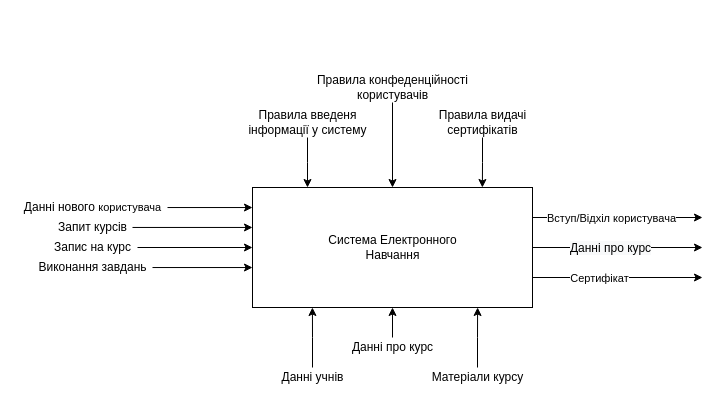
This is page "SADT-Context" (7 of 10) of Study-system.drawio from SlayVic/Charts, a draw.io file, before an edit. Source tidied: cells renumbered, new cells numbered last; positions are measured from the earlier drawing's top-left corner, leaving out a move shared by most shapes. Both pictures are drawn from the tidied source at 100%, with x=0, y=0 at pixel (17, 72).
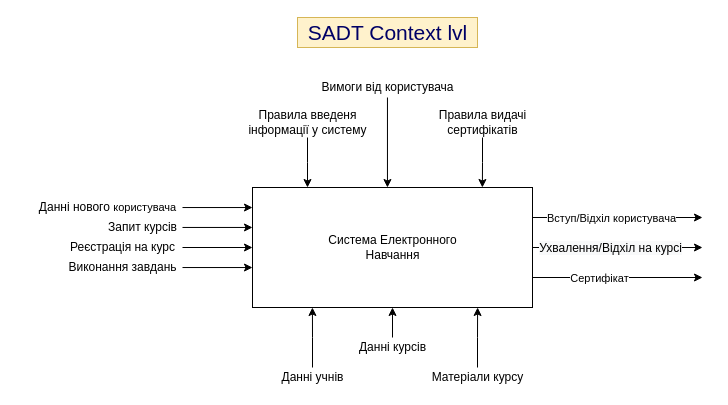
Above is the later version.

Unchanged cells that the change refers to:
```xml
<mxCell id="4" style="edgeStyle=orthogonalEdgeStyle;rounded=0;jettySize=auto;html=1;exitX=1;exitY=0.5;exitDx=0;exitDy=0;" parent="1" edge="1" source="8">
  <mxGeometry relative="1" as="geometry">
    <mxPoint x="685" y="175" as="targetPoint" />
  </mxGeometry>
</mxCell>
<mxCell id="8" value="&lt;span style=&quot;&quot;&gt;Система Електронного&lt;/span&gt;&lt;br style=&quot;&quot;&gt;&lt;span style=&quot;&quot;&gt;Навчання&lt;/span&gt;" style="html=1;dashed=0;whitespace=wrap;" parent="1" vertex="1">
  <mxGeometry x="235" y="115" width="280" height="120" as="geometry" />
</mxCell>
```

The edit, as a diff of the source:
```diff
@@
-    <mxCell id="5" value="&lt;span style=&quot;font-size: 12px; background-color: rgb(248, 249, 250);&quot;&gt;Данні про курс&lt;/span&gt;" style="edgeLabel;html=1;align=center;verticalAlign=middle;" parent="4" vertex="1">
+    <mxCell id="5" value="&lt;span style=&quot;font-size: 12px; background-color: rgb(248, 249, 250);&quot;&gt;Ухвалення/Відхіл на курсі&lt;/span&gt;" style="edgeLabel;html=1;align=center;verticalAlign=middle;" parent="4" vertex="1">
       <mxGeometry x="-0.31" y="1" relative="1" as="geometry">
         <mxPoint x="18" y="1" as="offset" />
       </mxGeometry>
     </mxCell>
@@
-    <mxCell id="10" value="Данні про курс" style="text;html=1;align=center;verticalAlign=middle;points=[];strokeColor=none;fillColor=none;" parent="1" vertex="1">
-      <mxGeometry x="325" y="265" width="100" height="20" as="geometry" />
+    <mxCell id="10" value="Данні курсів" style="text;html=1;align=center;verticalAlign=middle;points=[];strokeColor=none;fillColor=none;" parent="1" vertex="1">
+      <mxGeometry x="335" y="265" width="80" height="20" as="geometry" />
     </mxCell>
@@
-    <mxCell id="15" style="edgeStyle=orthogonalEdgeStyle;rounded=0;jettySize=auto;html=1;entryX=0.5;entryY=0;entryDx=0;entryDy=0;" parent="1" edge="1" source="16" target="8">
-      <mxGeometry relative="1" as="geometry" />
-    </mxCell>
-    <mxCell id="16" value="&lt;span style=&quot;background-color: rgb(255, 255, 255);&quot;&gt;Правила конфеденційності &lt;br&gt;користувачів&lt;/span&gt;" style="text;html=1;align=center;verticalAlign=middle;points=[];strokeColor=none;fillColor=none;" parent="1" vertex="1">
-      <mxGeometry x="290" width="170" height="30" as="geometry" />
-    </mxCell>
@@
     <mxCell id="22" value="Данні нового&amp;nbsp;&lt;span style=&quot;font-size: 11px; background-color: rgb(255, 255, 255);&quot;&gt;користувача&lt;/span&gt;" style="text;html=1;align=center;verticalAlign=middle;points=[];strokeColor=none;fillColor=none;" parent="1" vertex="1">
-      <mxGeometry y="125" width="150" height="20" as="geometry" />
+      <mxGeometry x="15" y="125" width="150" height="20" as="geometry" />
     </mxCell>
@@
     <mxCell id="24" value="Запит курсів" style="text;html=1;align=center;verticalAlign=middle;points=[];strokeColor=none;fillColor=none;" parent="1" vertex="1">
-      <mxGeometry x="35" y="145" width="80" height="20" as="geometry" />
+      <mxGeometry x="85" y="145" width="80" height="20" as="geometry" />
     </mxCell>
@@
-    <mxCell id="26" value="Запис на курс" style="text;html=1;align=center;verticalAlign=middle;points=[];strokeColor=none;fillColor=none;" parent="1" vertex="1">
-      <mxGeometry x="30" y="165" width="90" height="20" as="geometry" />
+    <mxCell id="26" value="Реєстрація на курс" style="text;html=1;align=center;verticalAlign=middle;points=[];strokeColor=none;fillColor=none;" parent="1" vertex="1">
+      <mxGeometry x="45" y="165" width="120" height="20" as="geometry" />
     </mxCell>
@@
     <mxCell id="28" value="Виконання завдань" style="text;html=1;align=center;verticalAlign=middle;points=[];strokeColor=none;fillColor=none;" parent="1" vertex="1">
-      <mxGeometry x="15" y="185" width="120" height="20" as="geometry" />
+      <mxGeometry x="45" y="185" width="120" height="20" as="geometry" />
     </mxCell>
+    <mxCell id="29" style="edgeStyle=orthogonalEdgeStyle;rounded=0;jettySize=auto;html=1;entryX=0.482;entryY=0;entryDx=0;entryDy=0;entryPerimeter=0;" parent="1" edge="1" source="30" target="8">
+      <mxGeometry relative="1" as="geometry" />
+    </mxCell>
+    <mxCell id="30" value="Вимоги від користувача" style="text;html=1;align=center;verticalAlign=middle;points=[];strokeColor=none;fillColor=none;" parent="1" vertex="1">
+      <mxGeometry x="295" y="5" width="150" height="20" as="geometry" />
+    </mxCell>
+    <mxCell id="31" value="SADT Context lvl" style="text;html=1;align=center;verticalAlign=middle;strokeColor=#d6b656;fillColor=#fff2cc;fontSize=21;fontColor=#000066;" parent="1" vertex="1">
+      <mxGeometry x="280" y="-55" width="180" height="30" as="geometry" />
+    </mxCell>
```
